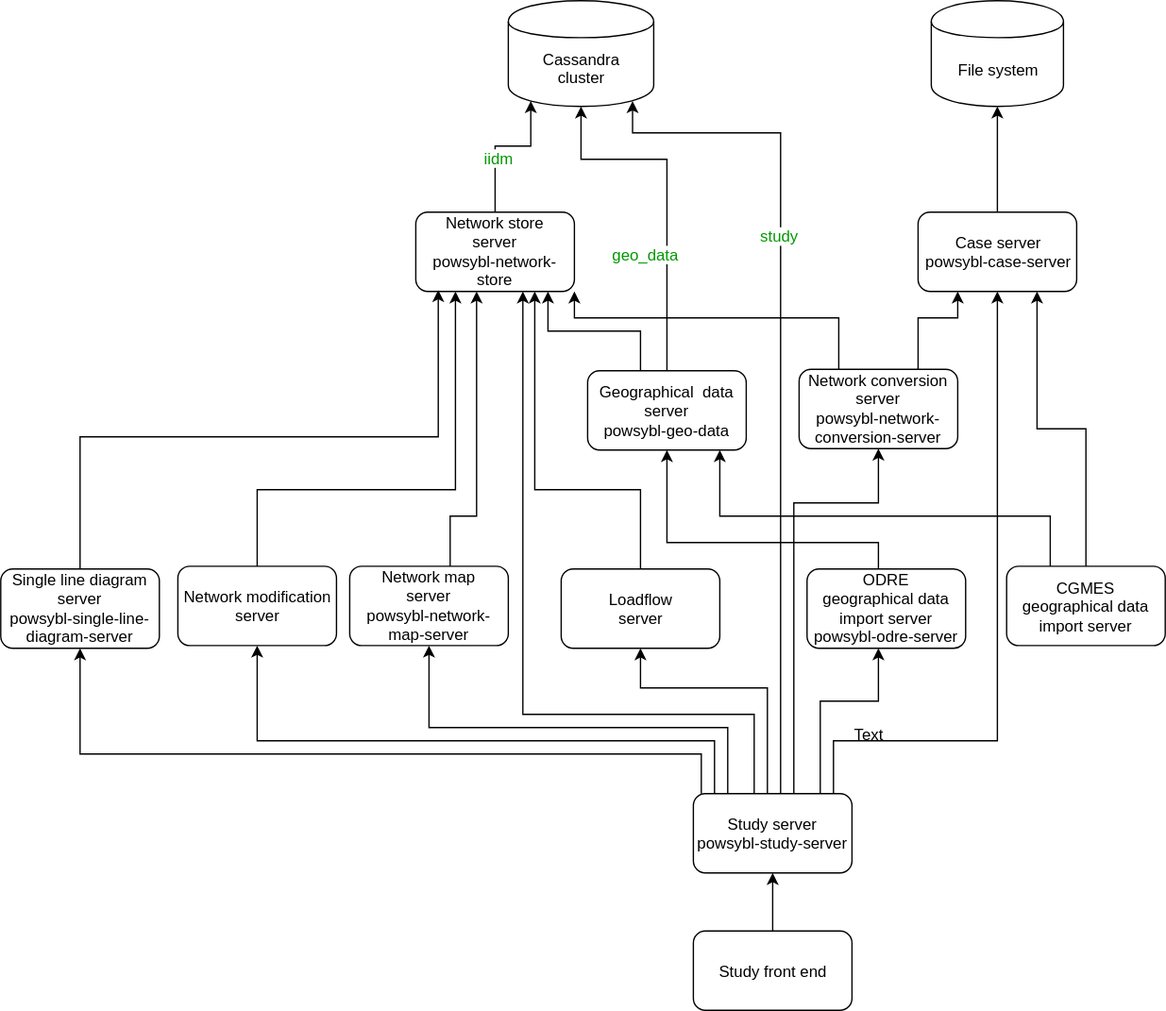
powsybl/powsybl.github.io keeps this draw.io diagram as docs/architecture/images/micro-services-architecture.svg. Above is the earlier version. Source tidied: cells renumbered, new cells last; positions are measured from the earlier drawing's top-left corner, leaving out a move shared by most shapes.
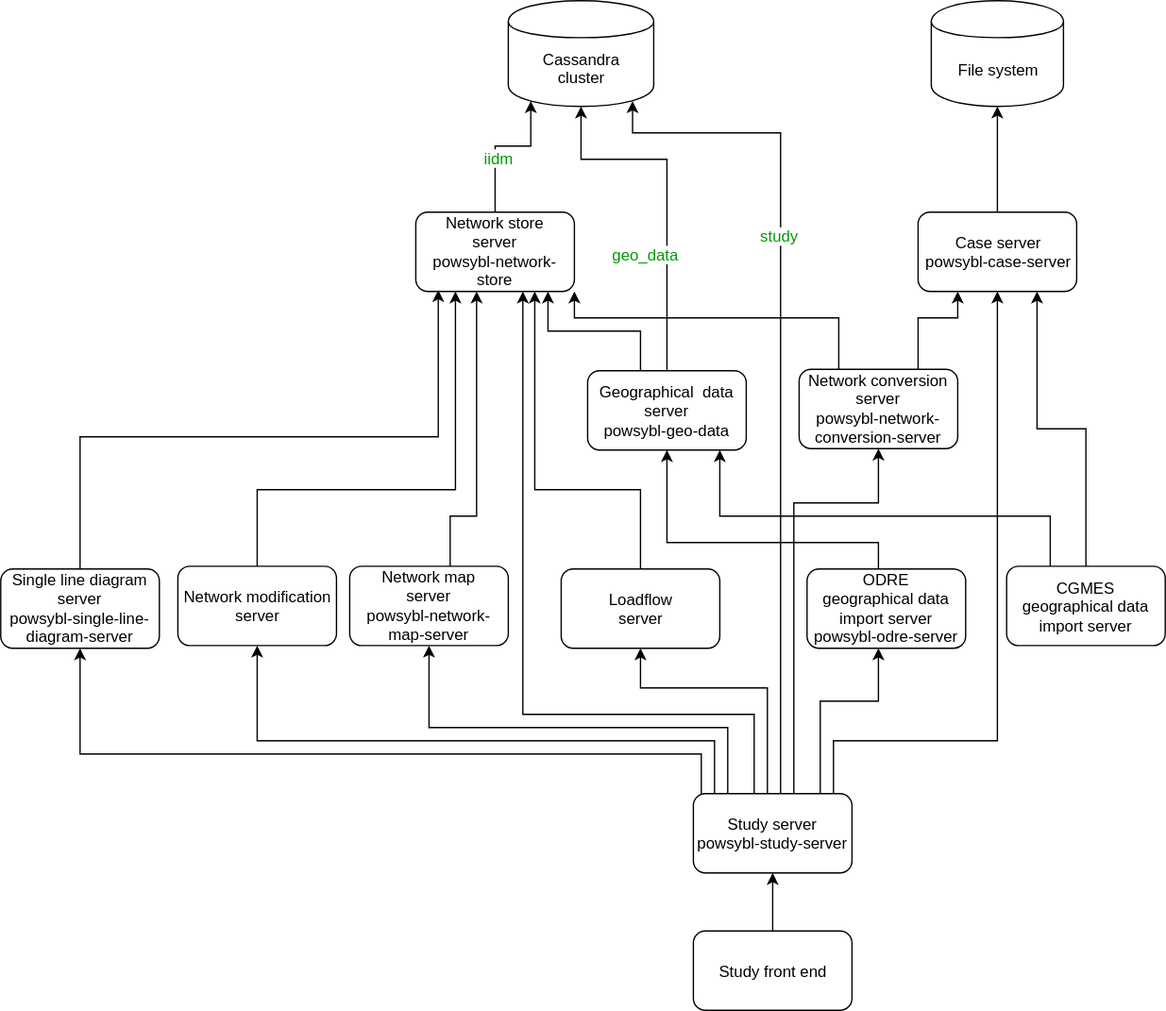
The same diagram one commit later.

Commit message:
Fix diagram glitch

The edit, as a diff of the source:
```diff
@@ -228,8 +228,5 @@
     <mxCell id="41" value="&lt;div&gt;Loadflow&lt;br&gt;&lt;/div&gt;&lt;div&gt;server&lt;/div&gt;" style="rounded=1;whiteSpace=wrap;html=1;" parent="1" vertex="1">
       <mxGeometry x="424" y="430" width="120" height="60" as="geometry" />
     </mxCell>
-    <mxCell id="42" value="Text" style="text;html=1;align=center;verticalAlign=middle;" parent="1" vertex="1">
-      <mxGeometry x="637" y="545" width="40" height="20" as="geometry" />
-    </mxCell>
   </root>
 </mxGraphModel>
```
